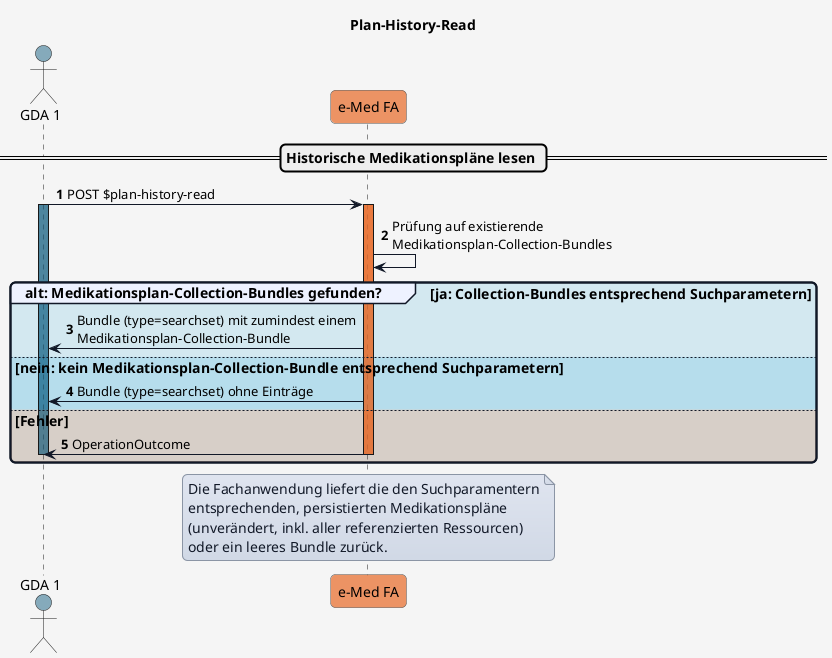
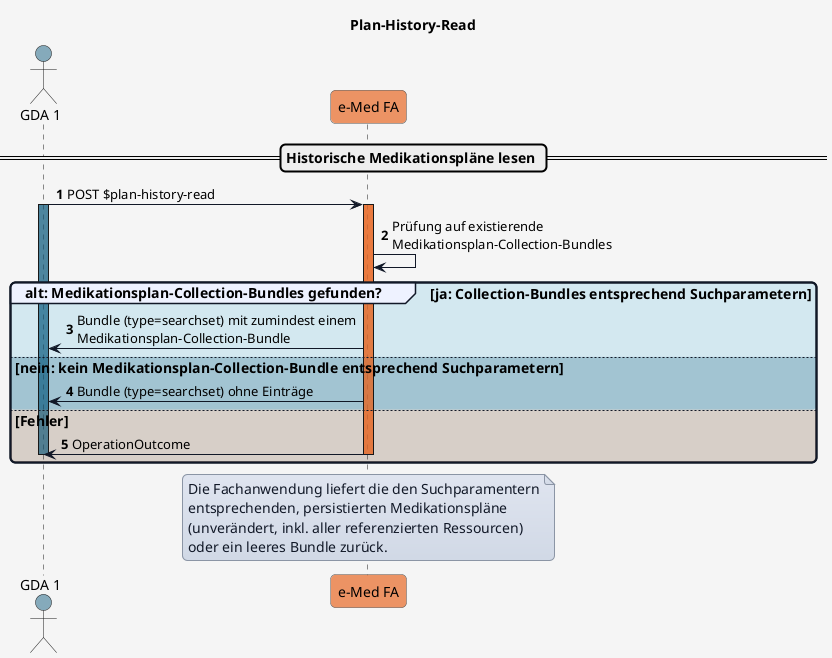
@startuml
title Plan-History-Read

'skinparam actorStyle awesome

skinparam borderColor #000000
skinparam backgroundColor #f5f5f5
skinparam shadowing false
skinparam roundCorner 10
skinparam defaultFontName "Arial"
skinparam defaultFontSize 14
skinparam defaultFontColor #000000
skinparam HyperlinkColor #0000EE
skinparam HyperlinkUnderline false
skinparam BoxPadding 20
skinparam BoxBorderColor #555555

skinparam note {
  BackgroundColor #e0e5f0-#d1d9e6
  BorderColor #8b95a5
  BorderThickness 1
  RoundCorner 0
  Padding 6
  FontColor #111827
  Shadowing false
}

skinparam sequence {
  ParticipantBorderColor #555555
  ParticipantBackgroundColor #ffffff
  ParticipantFontColor #000000
  ParticipantFontSize 14
  ParticipantPadding 20
  ArrowColor #111827
  ArrowThickness 1
  ArrowFontColor #000000
  ArrowFontSize 13
  GroupBorderColor #111827
  GroupBackgroundColor #eef2ff
  GroupBorderThickness 2
}

!define COLOR_GDA_1    #15608280
!define COLOR_GDA_2    #96607D80
!define COLOR_PATIENT  #196B2480
!define COLOR_APO      #0F9ED590
!define COLOR_EMED_FA  #e97232bd
!define COLOR_E_REZEPT #cd3732a9

!define COLOR_OK       #0F9ED525
+ !define COLOR_OK_2     #34738d4e
!define COLOR_ERROR    #E9713235


actor GDA_1 as "GDA 1" COLOR_GDA_1
participant eMed_FA as "e-Med FA" COLOR_EMED_FA


autonumber

== Historische Medikationspläne lesen ==

GDA_1 -> eMed_FA: POST $plan-history-read
activate GDA_1 COLOR_GDA_1

activate eMed_FA COLOR_EMED_FA
eMed_FA -> eMed_FA: Prüfung auf existierende\nMedikationsplan-Collection-Bundles

group COLOR_OK alt: Medikationsplan-Collection-Bundles gefunden? [ja: Collection-Bundles entsprechend Suchparametern]
  eMed_FA -> GDA_1: Bundle (type=searchset) mit zumindest einem\nMedikationsplan-Collection-Bundle
- else COLOR_OK nein: kein Medikationsplan-Collection-Bundle entsprechend Suchparametern
+ else COLOR_OK_2 nein: kein Medikationsplan-Collection-Bundle entsprechend Suchparametern
  eMed_FA -> GDA_1: Bundle (type=searchset) ohne Einträge
else COLOR_ERROR Fehler
  eMed_FA -> GDA_1: OperationOutcome
  deactivate GDA_1
  deactivate eMed_FA
end

note over eMed_FA
Die Fachanwendung liefert die den Suchparamentern
entsprechenden, persistierten Medikationspläne
(unverändert, inkl. aller referenzierten Ressourcen)
oder ein leeres Bundle zurück.
end note


@enduml